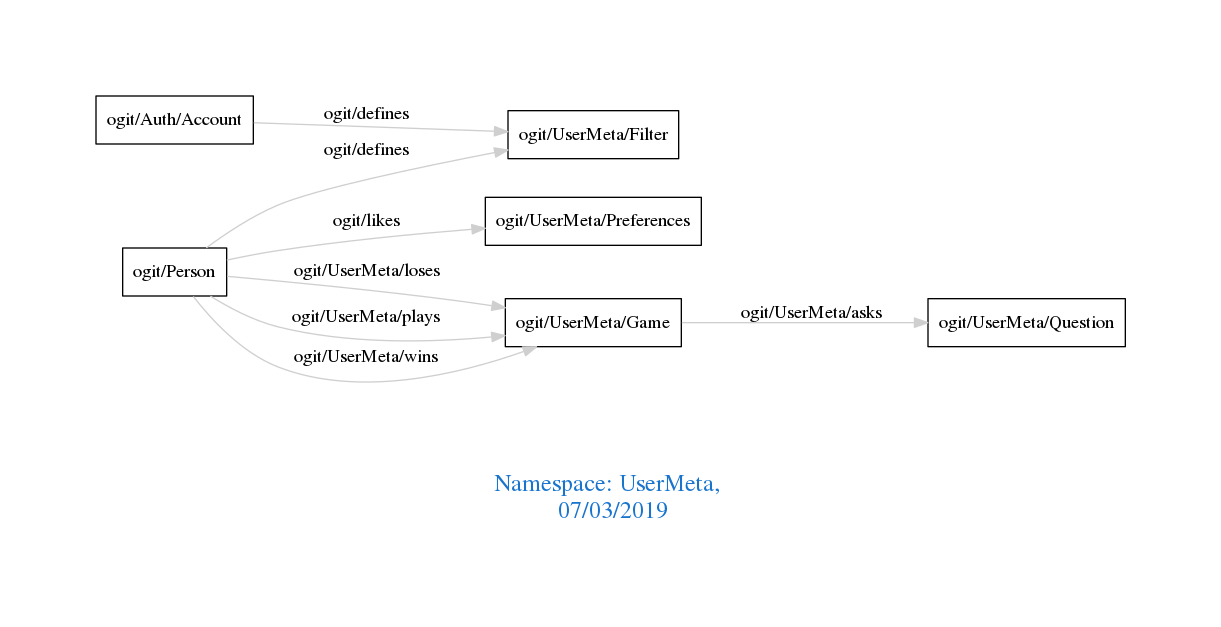
Before: downloads/UserMeta.png, a diagram exported from Graphviz (arago/OGIT). Its source is kept beside it as downloads/UserMeta.dot.
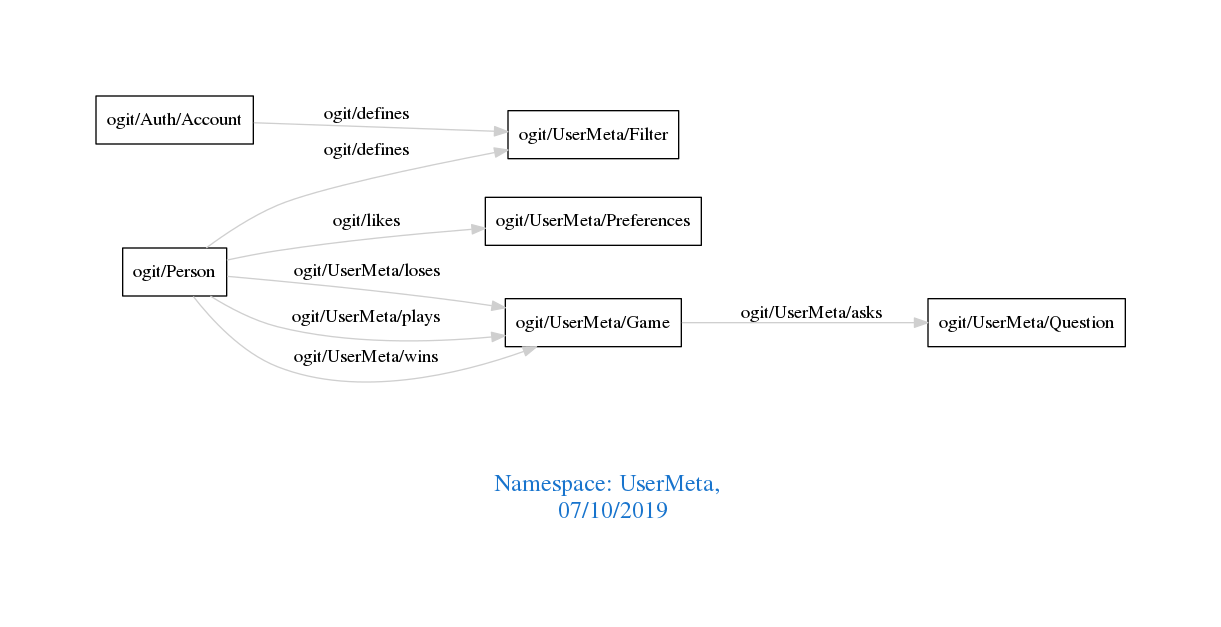
Later version of the same file.

Change to the diagram source:
```diff
@@ -1,7 +1,7 @@
 digraph OGIT_ontology {
  graph [ rankdir= LR,pad=1
 fontsize = 18,
-fontcolor= dodgerblue3,label = "\n\n\nNamespace: UserMeta, \n 07/03/2019"];
+fontcolor= dodgerblue3,label = "\n\n\nNamespace: UserMeta, \n 07/10/2019"];
 node[shape=polygon];
 edge [  color="gray81"];
 
```
